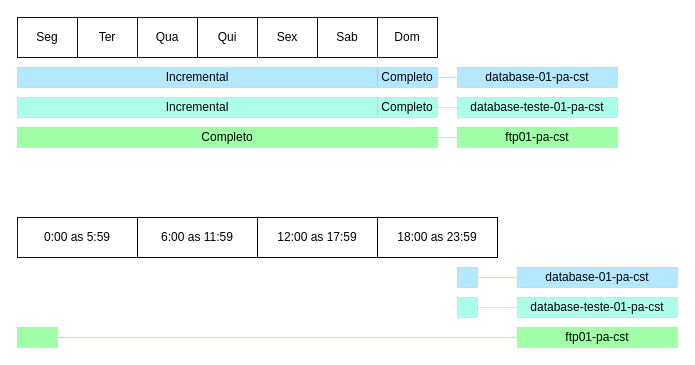
Before: diagrams/urbackup.drawio in joao-prs/topologia, a draw.io diagram. Source tidied: cells renumbered, new cells numbered last; positions are measured from the earlier drawing's top-left corner, leaving out a move shared by most shapes. Both pictures are drawn from the tidied source at 100%, with x=0, y=0 at pixel (17, 17).
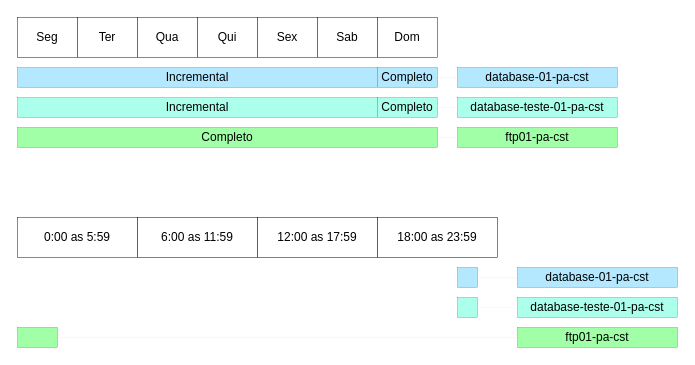
The same page after the edit.

Change to the diagram source:
```diff
@@
-    <mxCell id="2" value="&lt;div&gt;0:00 as 5:59&lt;/div&gt;" style="rounded=0;whiteSpace=wrap;html=1;strokeColor=#141414;" parent="1" vertex="1">
+    <mxCell id="2" value="&lt;div&gt;0:00 as 5:59&lt;/div&gt;" style="rounded=0;whiteSpace=wrap;html=1;strokeColor=#141414;strokeWidth=0.5;" parent="1" vertex="1">
       <mxGeometry y="200" width="120" height="40" as="geometry" />
     </mxCell>
-    <mxCell id="3" value="&lt;div&gt;6:00 as 11:59&lt;/div&gt;" style="rounded=0;whiteSpace=wrap;html=1;" parent="1" vertex="1">
+    <mxCell id="3" value="&lt;div&gt;6:00 as 11:59&lt;/div&gt;" style="rounded=0;whiteSpace=wrap;html=1;strokeWidth=0.5;" parent="1" vertex="1">
       <mxGeometry x="120" y="200" width="120" height="40" as="geometry" />
     </mxCell>
-    <mxCell id="4" value="&lt;div&gt;12:00 as 17:59&lt;/div&gt;" style="rounded=0;whiteSpace=wrap;html=1;" parent="1" vertex="1">
+    <mxCell id="4" value="&lt;div&gt;12:00 as 17:59&lt;/div&gt;" style="rounded=0;whiteSpace=wrap;html=1;strokeWidth=0.5;" parent="1" vertex="1">
       <mxGeometry x="240" y="200" width="120" height="40" as="geometry" />
     </mxCell>
-    <mxCell id="5" value="&lt;div&gt;18:00 as 23:59&lt;/div&gt;" style="rounded=0;whiteSpace=wrap;html=1;" parent="1" vertex="1">
+    <mxCell id="5" value="&lt;div&gt;18:00 as 23:59&lt;/div&gt;" style="rounded=0;whiteSpace=wrap;html=1;strokeWidth=0.5;" parent="1" vertex="1">
       <mxGeometry x="360" y="200" width="120" height="40" as="geometry" />
     </mxCell>
-    <mxCell id="6" style="rounded=0;whiteSpace=wrap;html=1;strokeColor=#141414;strokeWidth=0;fillColor=#B3E8FF;" parent="1" vertex="1">
+    <mxCell id="6" style="rounded=0;whiteSpace=wrap;html=1;strokeColor=#141414;strokeWidth=0.2;fillColor=#B3E8FF;" parent="1" vertex="1">
       <mxGeometry x="440" y="250" width="20" height="20" as="geometry" />
     </mxCell>
-    <mxCell id="7" value="database-01-pa-cst" style="rounded=0;whiteSpace=wrap;html=1;strokeColor=#141414;strokeWidth=0;fillColor=#B3E8FF;" parent="1" vertex="1">
+    <mxCell id="7" value="database-01-pa-cst" style="rounded=0;whiteSpace=wrap;html=1;strokeColor=#141414;strokeWidth=0.2;fillColor=#B3E8FF;" parent="1" vertex="1">
       <mxGeometry x="500" y="250" width="160" height="20" as="geometry" />
     </mxCell>
-    <mxCell id="8" style="rounded=0;whiteSpace=wrap;html=1;strokeColor=#141414;strokeWidth=0;fillColor=#ABFFEB;" parent="1" vertex="1">
+    <mxCell id="8" style="rounded=0;whiteSpace=wrap;html=1;strokeColor=#141414;strokeWidth=0.2;fillColor=#ABFFEB;" parent="1" vertex="1">
       <mxGeometry x="440" y="280" width="20" height="20" as="geometry" />
     </mxCell>
-    <mxCell id="9" value="database-teste-01-pa-cst" style="rounded=0;whiteSpace=wrap;html=1;strokeColor=#141414;strokeWidth=0;fillColor=#ABFFEB;" parent="1" vertex="1">
+    <mxCell id="9" value="database-teste-01-pa-cst" style="rounded=0;whiteSpace=wrap;html=1;strokeColor=#141414;strokeWidth=0.2;fillColor=#ABFFEB;" parent="1" vertex="1">
       <mxGeometry x="500" y="280" width="160" height="20" as="geometry" />
     </mxCell>
-    <mxCell id="10" style="rounded=0;whiteSpace=wrap;html=1;strokeColor=#141414;strokeWidth=0;fillColor=#A1FFA7;" parent="1" vertex="1">
+    <mxCell id="10" style="rounded=0;whiteSpace=wrap;html=1;strokeColor=#141414;strokeWidth=0.2;fillColor=#A1FFA7;" parent="1" vertex="1">
       <mxGeometry y="310" width="40" height="20" as="geometry" />
     </mxCell>
-    <mxCell id="11" value="ftp01-pa-cst" style="rounded=0;whiteSpace=wrap;html=1;strokeColor=#141414;strokeWidth=0;fillColor=#A1FFA7;" parent="1" vertex="1">
+    <mxCell id="11" value="ftp01-pa-cst" style="rounded=0;whiteSpace=wrap;html=1;strokeColor=#141414;strokeWidth=0.2;fillColor=#A1FFA7;" parent="1" vertex="1">
       <mxGeometry x="500" y="310" width="160" height="20" as="geometry" />
     </mxCell>
-    <mxCell id="12" style="endArrow=none;html=1;rounded=0;exitX=1;exitY=0.5;exitDx=0;exitDy=0;entryX=0;entryY=0.5;entryDx=0;entryDy=0;strokeColor=#A1FFA7;" parent="1" edge="1" source="10" target="11">
+    <mxCell id="12" style="endArrow=none;html=1;rounded=0;exitX=1;exitY=0.5;exitDx=0;exitDy=0;entryX=0;entryY=0.5;entryDx=0;entryDy=0;strokeColor=#A1FFA7;strokeWidth=0.2;" parent="1" edge="1" source="10" target="11">
       <mxGeometry relative="1" as="geometry" />
     </mxCell>
-    <mxCell id="13" style="endArrow=none;html=1;rounded=0;strokeColor=#ABFFEB;entryX=0;entryY=0.5;entryDx=0;entryDy=0;exitX=1;exitY=0.5;exitDx=0;exitDy=0;" parent="1" edge="1" source="8" target="9">
+    <mxCell id="13" style="endArrow=none;html=1;rounded=0;strokeColor=#ABFFEB;entryX=0;entryY=0.5;entryDx=0;entryDy=0;exitX=1;exitY=0.5;exitDx=0;exitDy=0;strokeWidth=0.2;" parent="1" edge="1" source="8" target="9">
       <mxGeometry relative="1" as="geometry" />
     </mxCell>
-    <mxCell id="14" style="endArrow=none;html=1;rounded=0;strokeColor=#B3E8FF;entryX=0;entryY=0.5;entryDx=0;entryDy=0;exitX=1;exitY=0.5;exitDx=0;exitDy=0;" parent="1" edge="1" source="6" target="7">
+    <mxCell id="14" style="endArrow=none;html=1;rounded=0;strokeColor=#B3E8FF;entryX=0;entryY=0.5;entryDx=0;entryDy=0;exitX=1;exitY=0.5;exitDx=0;exitDy=0;strokeWidth=0.2;" parent="1" edge="1" source="6" target="7">
       <mxGeometry relative="1" as="geometry" />
     </mxCell>
-    <mxCell id="15" value="Seg" style="rounded=0;whiteSpace=wrap;html=1;strokeColor=#141414;" parent="1" vertex="1">
+    <mxCell id="15" value="Seg" style="rounded=0;whiteSpace=wrap;html=1;strokeColor=#141414;strokeWidth=0.5;" parent="1" vertex="1">
       <mxGeometry width="60" height="40" as="geometry" />
     </mxCell>
-    <mxCell id="16" value="Ter" style="rounded=0;whiteSpace=wrap;html=1;strokeColor=#141414;" parent="1" vertex="1">
+    <mxCell id="16" value="Ter" style="rounded=0;whiteSpace=wrap;html=1;strokeColor=#141414;strokeWidth=0.5;" parent="1" vertex="1">
       <mxGeometry x="60" width="60" height="40" as="geometry" />
     </mxCell>
-    <mxCell id="17" value="Qua" style="rounded=0;whiteSpace=wrap;html=1;strokeColor=#141414;" parent="1" vertex="1">
+    <mxCell id="17" value="Qua" style="rounded=0;whiteSpace=wrap;html=1;strokeColor=#141414;strokeWidth=0.5;" parent="1" vertex="1">
       <mxGeometry x="120" width="60" height="40" as="geometry" />
     </mxCell>
-    <mxCell id="18" value="Qui" style="rounded=0;whiteSpace=wrap;html=1;strokeColor=#141414;" parent="1" vertex="1">
+    <mxCell id="18" value="Qui" style="rounded=0;whiteSpace=wrap;html=1;strokeColor=#141414;strokeWidth=0.5;" parent="1" vertex="1">
       <mxGeometry x="180" width="60" height="40" as="geometry" />
     </mxCell>
-    <mxCell id="19" value="Sex" style="rounded=0;whiteSpace=wrap;html=1;strokeColor=#141414;" parent="1" vertex="1">
+    <mxCell id="19" value="Sex" style="rounded=0;whiteSpace=wrap;html=1;strokeColor=#141414;strokeWidth=0.5;" parent="1" vertex="1">
       <mxGeometry x="240" width="60" height="40" as="geometry" />
     </mxCell>
-    <mxCell id="20" value="Sab" style="rounded=0;whiteSpace=wrap;html=1;strokeColor=#141414;" parent="1" vertex="1">
+    <mxCell id="20" value="Sab" style="rounded=0;whiteSpace=wrap;html=1;strokeColor=#141414;strokeWidth=0.5;" parent="1" vertex="1">
       <mxGeometry x="300" width="60" height="40" as="geometry" />
     </mxCell>
-    <mxCell id="21" value="Dom" style="rounded=0;whiteSpace=wrap;html=1;strokeColor=#141414;" parent="1" vertex="1">
+    <mxCell id="21" value="Dom" style="rounded=0;whiteSpace=wrap;html=1;strokeColor=#141414;strokeWidth=0.5;" parent="1" vertex="1">
       <mxGeometry x="360" width="60" height="40" as="geometry" />
     </mxCell>
-    <mxCell id="22" value="Completo" style="rounded=0;whiteSpace=wrap;html=1;strokeColor=#141414;strokeWidth=0;fillColor=#A1FFA7;" parent="1" vertex="1">
+    <mxCell id="22" value="Completo" style="rounded=0;whiteSpace=wrap;html=1;strokeColor=#141414;strokeWidth=0.2;fillColor=#A1FFA7;" parent="1" vertex="1">
       <mxGeometry y="110" width="420" height="20" as="geometry" />
     </mxCell>
-    <mxCell id="23" value="ftp01-pa-cst" style="rounded=0;whiteSpace=wrap;html=1;strokeColor=#141414;strokeWidth=0;fillColor=#A1FFA7;" parent="1" vertex="1">
+    <mxCell id="23" value="ftp01-pa-cst" style="rounded=0;whiteSpace=wrap;html=1;strokeColor=#141414;strokeWidth=0.2;fillColor=#A1FFA7;" parent="1" vertex="1">
       <mxGeometry x="440" y="110" width="160" height="20" as="geometry" />
     </mxCell>
-    <mxCell id="24" style="endArrow=none;html=1;rounded=0;exitX=1;exitY=0.5;exitDx=0;exitDy=0;entryX=0;entryY=0.5;entryDx=0;entryDy=0;strokeColor=#A1FFA7;" parent="1" edge="1" source="22" target="23">
+    <mxCell id="24" style="endArrow=none;html=1;rounded=0;exitX=1;exitY=0.5;exitDx=0;exitDy=0;entryX=0;entryY=0.5;entryDx=0;entryDy=0;strokeColor=#A1FFA7;strokeWidth=0.2;" parent="1" edge="1" source="22" target="23">
       <mxGeometry relative="1" as="geometry" />
     </mxCell>
-    <mxCell id="25" value="Completo" style="rounded=0;whiteSpace=wrap;html=1;strokeColor=#141414;strokeWidth=0;fillColor=#ABFFEB;" parent="1" vertex="1">
+    <mxCell id="25" value="Completo" style="rounded=0;whiteSpace=wrap;html=1;strokeColor=#141414;strokeWidth=0.2;fillColor=#ABFFEB;" parent="1" vertex="1">
       <mxGeometry x="360" y="80" width="60" height="20" as="geometry" />
     </mxCell>
-    <mxCell id="26" value="database-teste-01-pa-cst" style="rounded=0;whiteSpace=wrap;html=1;strokeColor=#141414;strokeWidth=0;fillColor=#ABFFEB;" parent="1" vertex="1">
+    <mxCell id="26" value="database-teste-01-pa-cst" style="rounded=0;whiteSpace=wrap;html=1;strokeColor=#141414;strokeWidth=0.2;fillColor=#ABFFEB;" parent="1" vertex="1">
       <mxGeometry x="440" y="80" width="160" height="20" as="geometry" />
     </mxCell>
-    <mxCell id="27" style="endArrow=none;html=1;rounded=0;strokeColor=#ABFFEB;entryX=0;entryY=0.5;entryDx=0;entryDy=0;exitX=1;exitY=0.5;exitDx=0;exitDy=0;" parent="1" edge="1" source="25" target="26">
+    <mxCell id="27" style="endArrow=none;html=1;rounded=0;strokeColor=#ABFFEB;entryX=0;entryY=0.5;entryDx=0;entryDy=0;exitX=1;exitY=0.5;exitDx=0;exitDy=0;strokeWidth=0.2;" parent="1" edge="1" source="25" target="26">
       <mxGeometry relative="1" as="geometry" />
     </mxCell>
-    <mxCell id="28" value="Completo" style="rounded=0;whiteSpace=wrap;html=1;strokeColor=#141414;strokeWidth=0;fillColor=#B3E8FF;" parent="1" vertex="1">
+    <mxCell id="28" value="Completo" style="rounded=0;whiteSpace=wrap;html=1;strokeColor=#141414;strokeWidth=0.2;fillColor=#B3E8FF;" parent="1" vertex="1">
       <mxGeometry x="360" y="50" width="60" height="20" as="geometry" />
     </mxCell>
-    <mxCell id="29" value="database-01-pa-cst" style="rounded=0;whiteSpace=wrap;html=1;strokeColor=#141414;strokeWidth=0;fillColor=#B3E8FF;" parent="1" vertex="1">
+    <mxCell id="29" value="database-01-pa-cst" style="rounded=0;whiteSpace=wrap;html=1;strokeColor=#141414;strokeWidth=0.2;fillColor=#B3E8FF;" parent="1" vertex="1">
       <mxGeometry x="440" y="50" width="160" height="20" as="geometry" />
     </mxCell>
-    <mxCell id="30" style="endArrow=none;html=1;rounded=0;strokeColor=#B3E8FF;entryX=0;entryY=0.5;entryDx=0;entryDy=0;exitX=1;exitY=0.5;exitDx=0;exitDy=0;" parent="1" edge="1" source="28" target="29">
+    <mxCell id="30" style="endArrow=none;html=1;rounded=0;strokeColor=#B3E8FF;entryX=0;entryY=0.5;entryDx=0;entryDy=0;exitX=1;exitY=0.5;exitDx=0;exitDy=0;strokeWidth=0.2;" parent="1" edge="1" source="28" target="29">
       <mxGeometry relative="1" as="geometry" />
     </mxCell>
-    <mxCell id="31" value="Incremental" style="rounded=0;whiteSpace=wrap;html=1;strokeColor=#141414;strokeWidth=0;fillColor=#ABFFEB;" parent="1" vertex="1">
+    <mxCell id="31" value="Incremental" style="rounded=0;whiteSpace=wrap;html=1;strokeColor=#141414;strokeWidth=0.2;fillColor=#ABFFEB;" parent="1" vertex="1">
       <mxGeometry y="80" width="360" height="20" as="geometry" />
     </mxCell>
-    <mxCell id="32" value="Incremental" style="rounded=0;whiteSpace=wrap;html=1;strokeColor=#141414;strokeWidth=0;fillColor=#B3E8FF;" parent="1" vertex="1">
+    <mxCell id="32" value="Incremental" style="rounded=0;whiteSpace=wrap;html=1;strokeColor=#141414;strokeWidth=0.2;fillColor=#B3E8FF;" parent="1" vertex="1">
       <mxGeometry y="50" width="360" height="20" as="geometry" />
     </mxCell>
```
